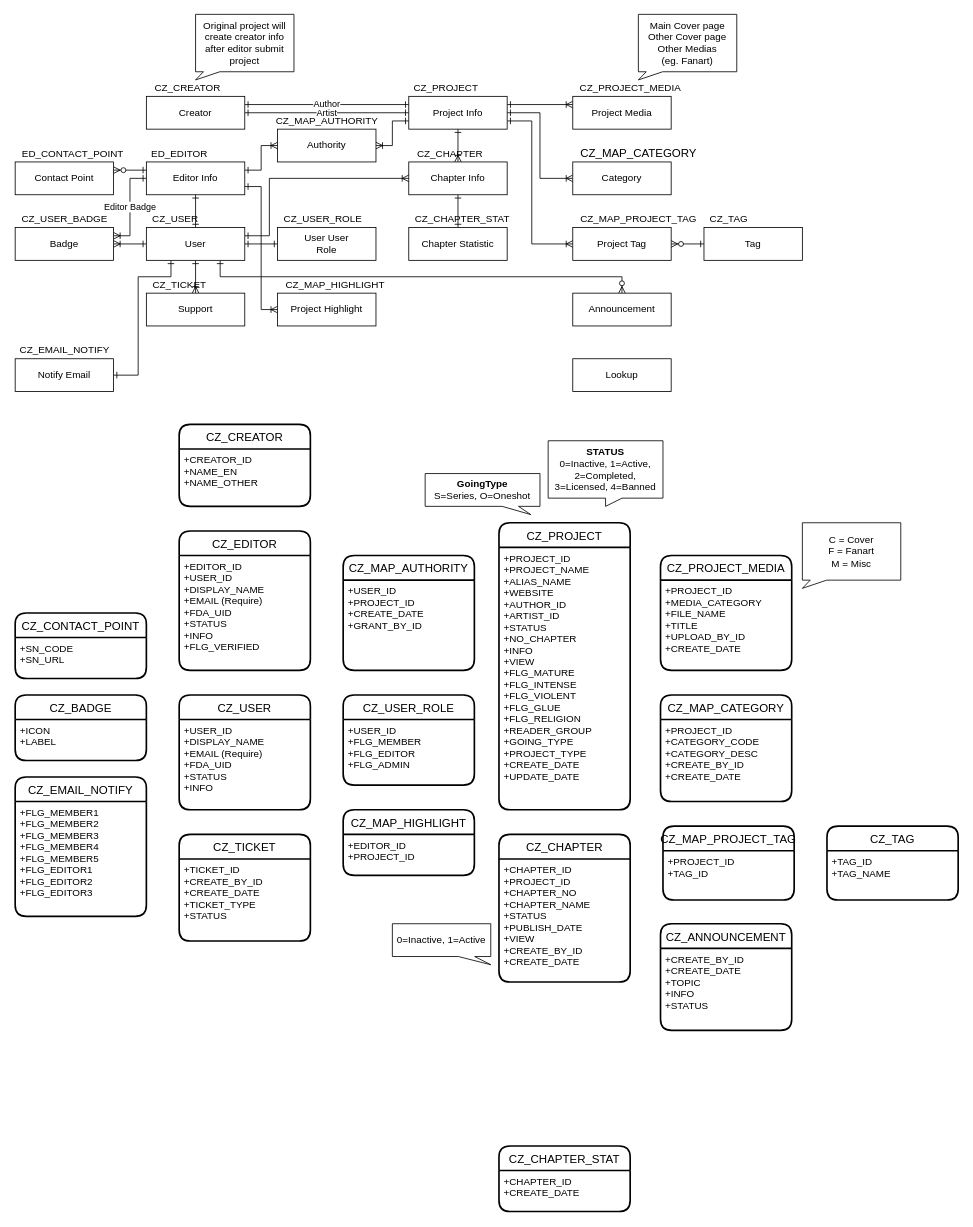
clazclaz/demo_git keeps this draw.io diagram as page "ER" (4 of 5) of Untitled Diagram.drawio. Above is the earlier version. Source tidied: cells renumbered, new cells numbered last; positions are measured from the earlier drawing's top-left corner, leaving out a move shared by most shapes. Both pictures are drawn from the tidied source at 82%, with x=0, y=0 at pixel (15, 14).
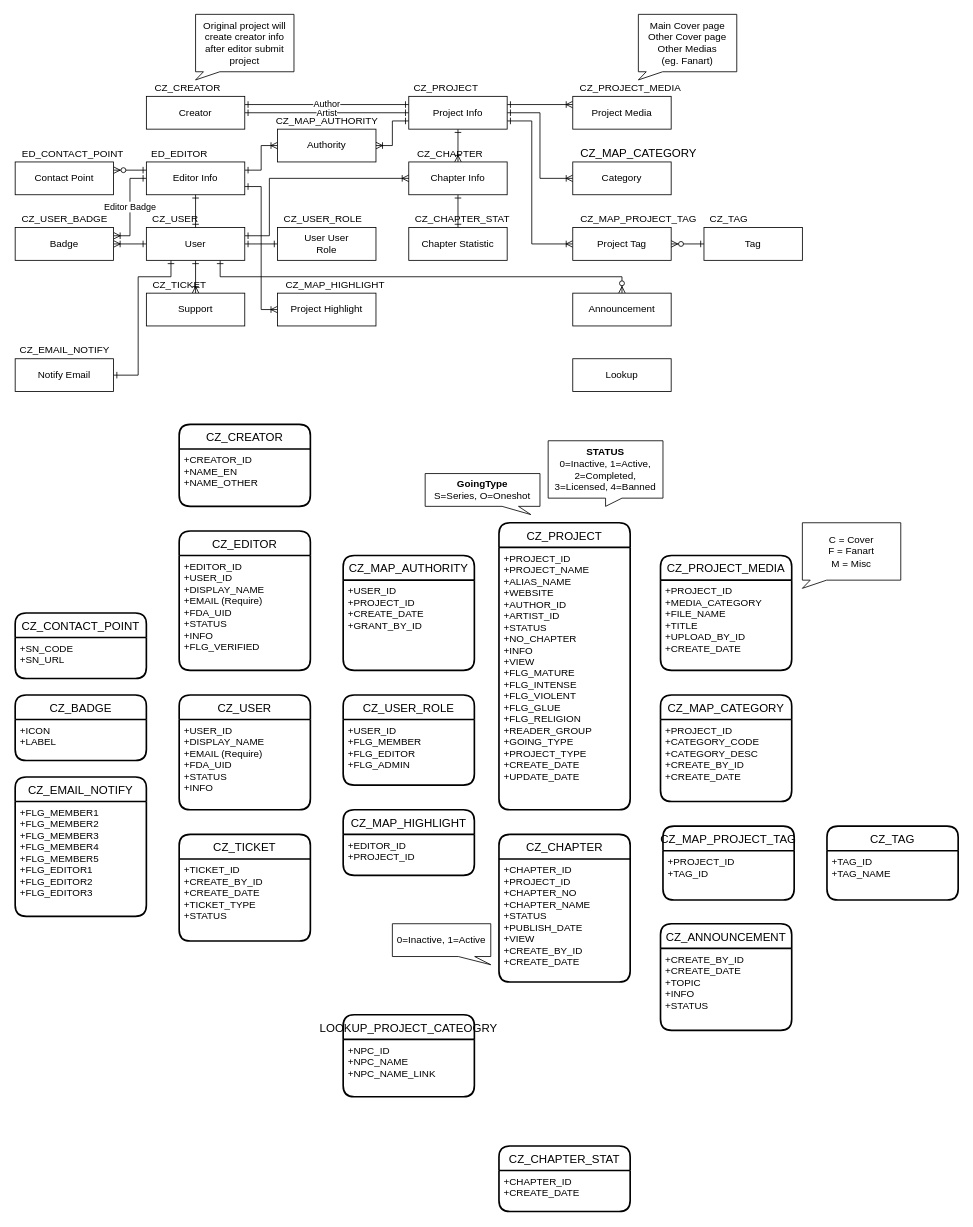
The same page after the edit.

The edit, as a diff of the source:
```diff
@@
+    <mxCell id="100" value="LOOKUP_PROJECT_CATEOGRY" style="swimlane;horizontal=1;startSize=30;rounded=1;fontSize=14;fontStyle=0;strokeWidth=2;shadow=0;dashed=0;align=center;" parent="1" vertex="1">
+      <mxGeometry x="400" y="1220" width="160" height="100" as="geometry" />
+    </mxCell>
+    <mxCell id="101" value="+NPC_ID&#10;+NPC_NAME&#10;+NPC_NAME_LINK" style="align=left;strokeColor=none;fillColor=none;spacingLeft=4;fontSize=12;verticalAlign=top;" parent="100" vertex="1">
+      <mxGeometry y="30" width="160" height="70" as="geometry" />
+    </mxCell>
```
